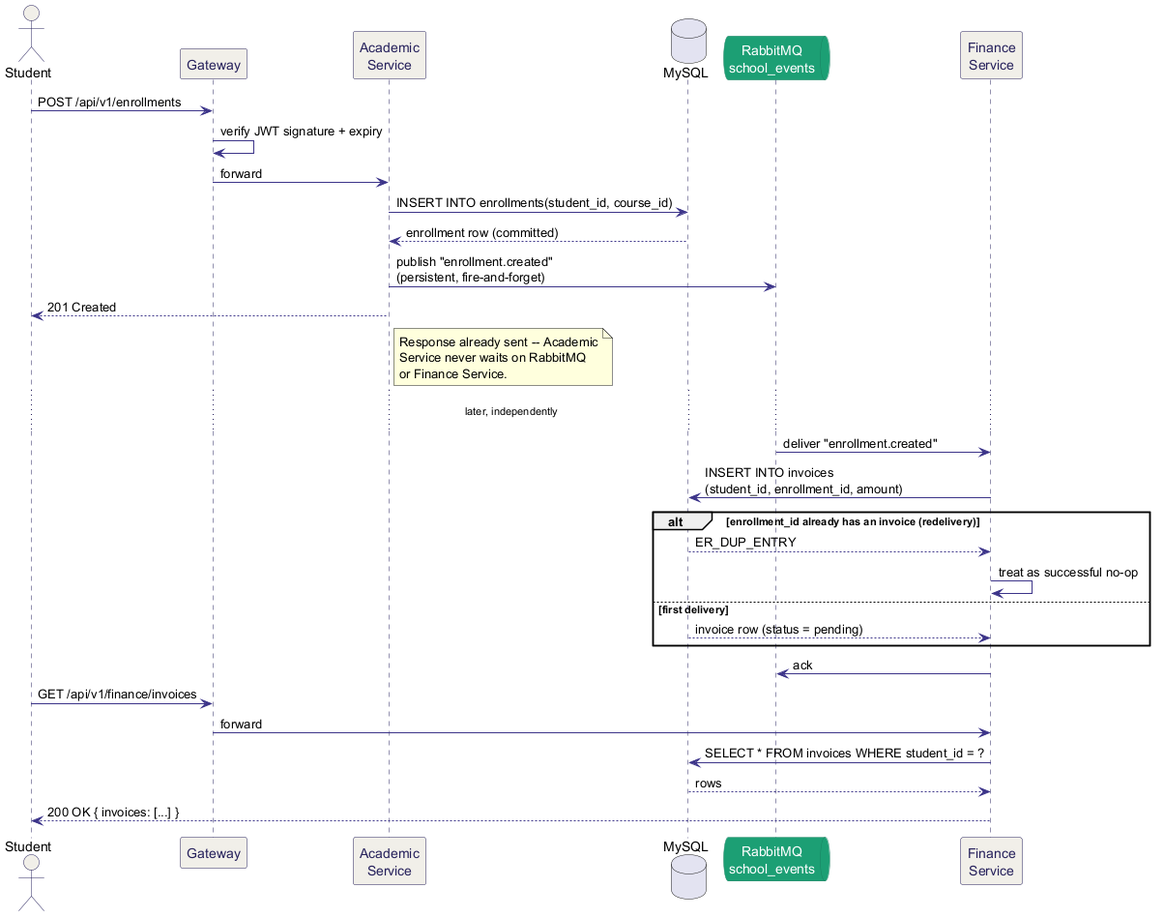
Before: documentation/figures/smartschool/04_seq_enrollment_invoice.png, a diagram exported from PlantUML (Suraku237/MarketFlow).
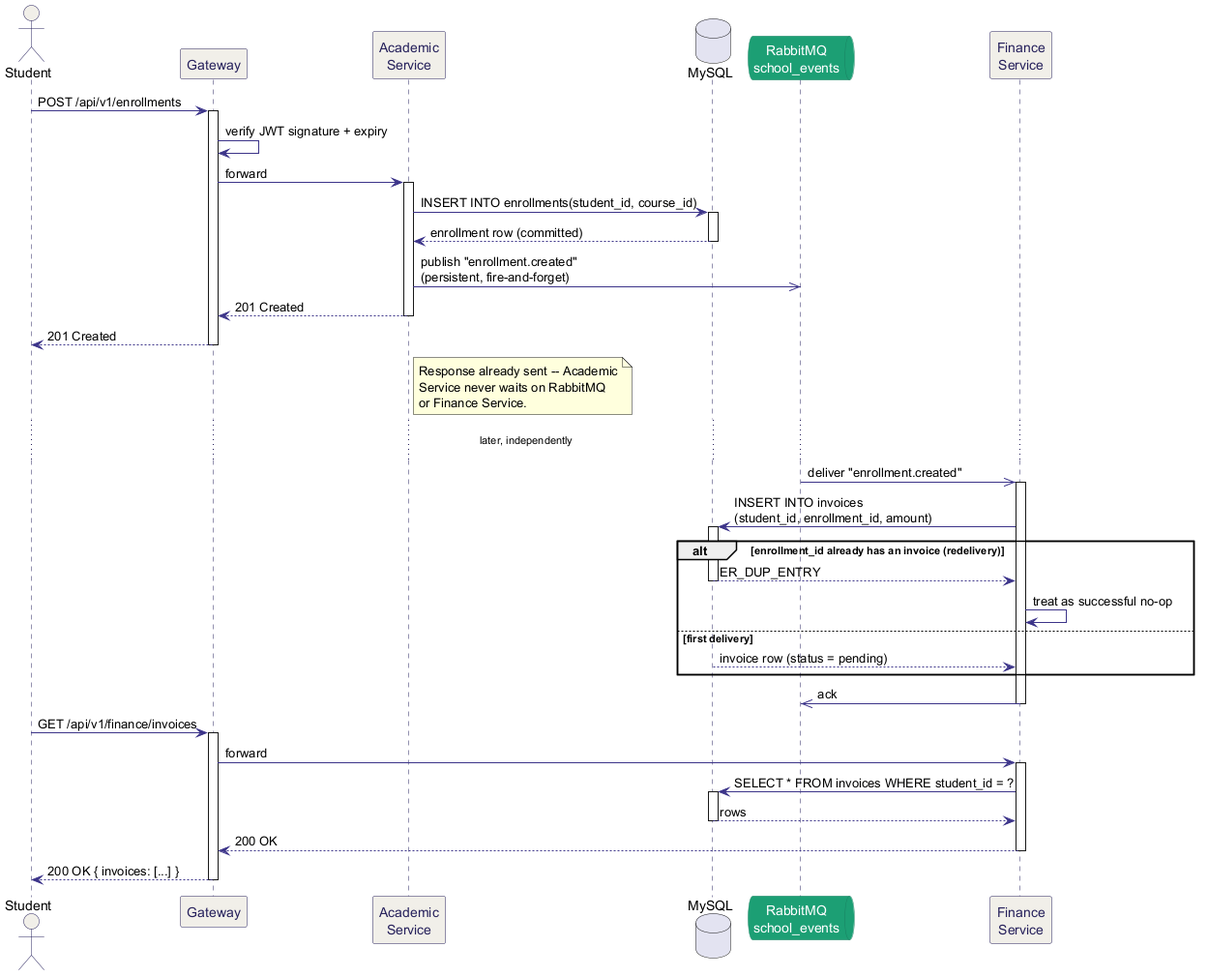
Above is the later version.

Diff of the diagram source:
```diff
@@ -10,6 +10,7 @@
   ParticipantFontColor #26215C
   ActorBorderColor #26215C
   ActorBackgroundColor #F1EFE8
+  BoxBorderColor #26215C
 }
 skinparam queue {
   BackgroundColor #1D9E75
@@ -24,13 +25,14 @@
 queue "RabbitMQ\nschool_events" as MQ
 participant "Finance\nService" as Finance
 
-Student -> GW : POST /api/v1/enrollments
+Student -> GW ++ : POST /api/v1/enrollments
 GW -> GW : verify JWT signature + expiry
-GW -> Academic : forward
-Academic -> DB : INSERT INTO enrollments(student_id, course_id)
-DB --> Academic : enrollment row (committed)
-Academic -> MQ : publish "enrollment.created"\n(persistent, fire-and-forget)
-Academic --> Student : 201 Created
+GW -> Academic ++ : forward
+Academic -> DB ++ : INSERT INTO enrollments(student_id, course_id)
+DB --> Academic -- : enrollment row (committed)
+Academic ->> MQ : publish "enrollment.created"\n(persistent, fire-and-forget)
+Academic --> GW -- : 201 Created
+GW --> Student -- : 201 Created
 note right of Academic
   Response already sent -- Academic
   Service never waits on RabbitMQ
@@ -39,19 +41,21 @@
 
 ...later, independently...
 
-MQ -> Finance : deliver "enrollment.created"
-Finance -> DB : INSERT INTO invoices\n(student_id, enrollment_id, amount)
+MQ ->> Finance ++ : deliver "enrollment.created"
+Finance -> DB ++ : INSERT INTO invoices\n(student_id, enrollment_id, amount)
 alt enrollment_id already has an invoice (redelivery)
-  DB --> Finance : ER_DUP_ENTRY
+  DB --> Finance -- : ER_DUP_ENTRY
   Finance -> Finance : treat as successful no-op
 else first delivery
-  DB --> Finance : invoice row (status = pending)
+  DB --> Finance -- : invoice row (status = pending)
 end
-Finance -> MQ : ack
+Finance ->> MQ : ack
+deactivate Finance
 
-Student -> GW : GET /api/v1/finance/invoices
-GW -> Finance : forward
-Finance -> DB : SELECT * FROM invoices WHERE student_id = ?
-DB --> Finance : rows
-Finance --> Student : 200 OK { invoices: [...] }
+Student -> GW ++ : GET /api/v1/finance/invoices
+GW -> Finance ++ : forward
+Finance -> DB ++ : SELECT * FROM invoices WHERE student_id = ?
+DB --> Finance -- : rows
+Finance --> GW -- : 200 OK
+GW --> Student -- : 200 OK { invoices: [...] }
 @enduml
```
